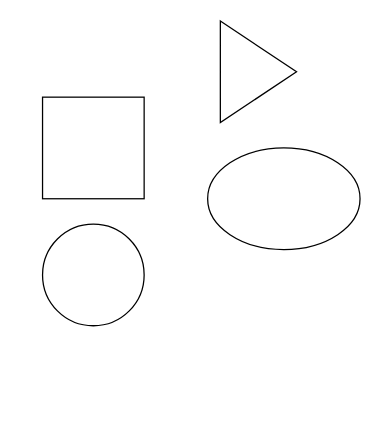
The draw.io diagram 更新未命名表单.drawio in ymm97/draw, before the edit. Source tidied: cells renumbered, new cells numbered last; positions are measured from the earlier drawing's top-left corner, leaving out a move shared by most shapes. Both pictures are drawn from the tidied source at 127%, with x=0, y=0 at pixel (42, 20).
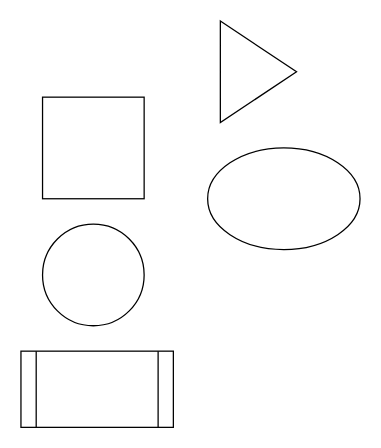
The same diagram, later.

Commit message:
Update 更新未命名表单.drawio

Diff of the diagram source:
```diff
@@
 <mxGraphModel>
   <root>
     <mxCell id="0" />
     <mxCell id="1" parent="0" />
     <mxCell id="2" style="whiteSpace=wrap;html=1;" parent="1" vertex="1">
       <mxGeometry y="60" width="80" height="80" as="geometry" />
     </mxCell>
     <mxCell id="3" style="ellipse;whiteSpace=wrap;html=1;" parent="1" vertex="1">
       <mxGeometry y="160" width="80" height="80" as="geometry" />
     </mxCell>
     <mxCell id="4" style="ellipse;whiteSpace=wrap;html=1;" parent="1" vertex="1">
       <mxGeometry x="130" y="100" width="120" height="80" as="geometry" />
     </mxCell>
     <mxCell id="5" style="triangle;whiteSpace=wrap;html=1;" parent="1" vertex="1">
       <mxGeometry x="140" width="60" height="80" as="geometry" />
     </mxCell>
+    <mxCell id="6" style="shape=process;whiteSpace=wrap;html=1;backgroundOutline=1;" parent="1" vertex="1">
+      <mxGeometry x="-17" y="260" width="120" height="60" as="geometry" />
+    </mxCell>
   </root>
 </mxGraphModel>
```
